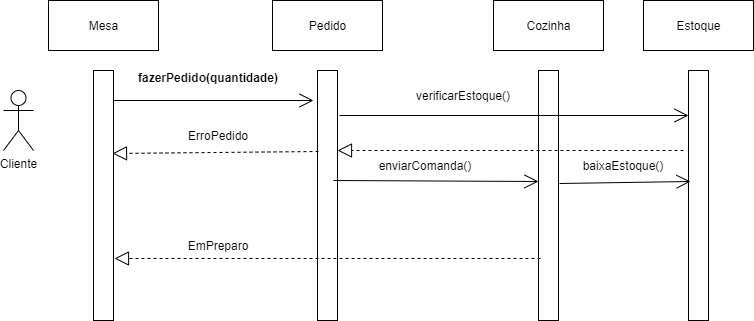
Above: SequênciaMóduloPedido.drawio.png in hinname/project-Restaurant (draw.io), before the change. Source tidied: cells renumbered, new cells last; positions are measured from the earlier drawing's top-left corner, leaving out a move shared by most shapes.
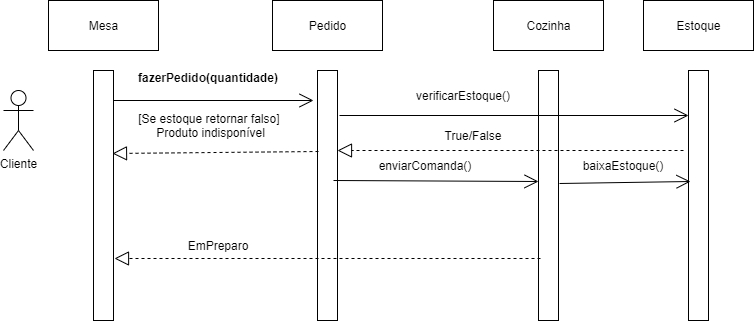
The same file after the commit.

Diff of the diagram source:
```diff
@@ -58,8 +58,8 @@
     <mxCell id="18" value="verificarEstoque()" style="text;html=1;strokeColor=none;fillColor=none;align=center;verticalAlign=middle;whiteSpace=wrap;rounded=0;" parent="1" vertex="1">
       <mxGeometry x="430" y="80" width="60" height="30" as="geometry" />
     </mxCell>
-    <mxCell id="19" value="ErroPedido" style="text;html=1;strokeColor=none;fillColor=none;align=center;verticalAlign=middle;whiteSpace=wrap;rounded=0;" parent="1" vertex="1">
-      <mxGeometry x="185" y="120" width="60" height="30" as="geometry" />
+    <mxCell id="19" value="[Se estoque retornar falso]&amp;nbsp; Produto indisponível" style="text;html=1;strokeColor=none;fillColor=none;align=center;verticalAlign=middle;whiteSpace=wrap;rounded=0;" parent="1" vertex="1">
+      <mxGeometry x="125" y="100" width="165" height="50" as="geometry" />
     </mxCell>
     <mxCell id="20" style="endArrow=open;endFill=1;endSize=12;html=1;rounded=0;exitX=1.05;exitY=0.452;exitDx=0;exitDy=0;exitPerimeter=0;entryX=0.1;entryY=0.444;entryDx=0;entryDy=0;entryPerimeter=0;" parent="1" edge="1" source="9" target="16">
       <mxGeometry relative="1" as="geometry" />
@@ -76,5 +76,8 @@
         <mxPoint x="334" y="150" as="targetPoint" />
       </mxGeometry>
     </mxCell>
+    <mxCell id="24" value="True/False" style="text;html=1;strokeColor=none;fillColor=none;align=center;verticalAlign=middle;whiteSpace=wrap;rounded=0;" parent="1" vertex="1">
+      <mxGeometry x="405" y="120" width="130" height="30" as="geometry" />
+    </mxCell>
   </root>
 </mxGraphModel>
```
